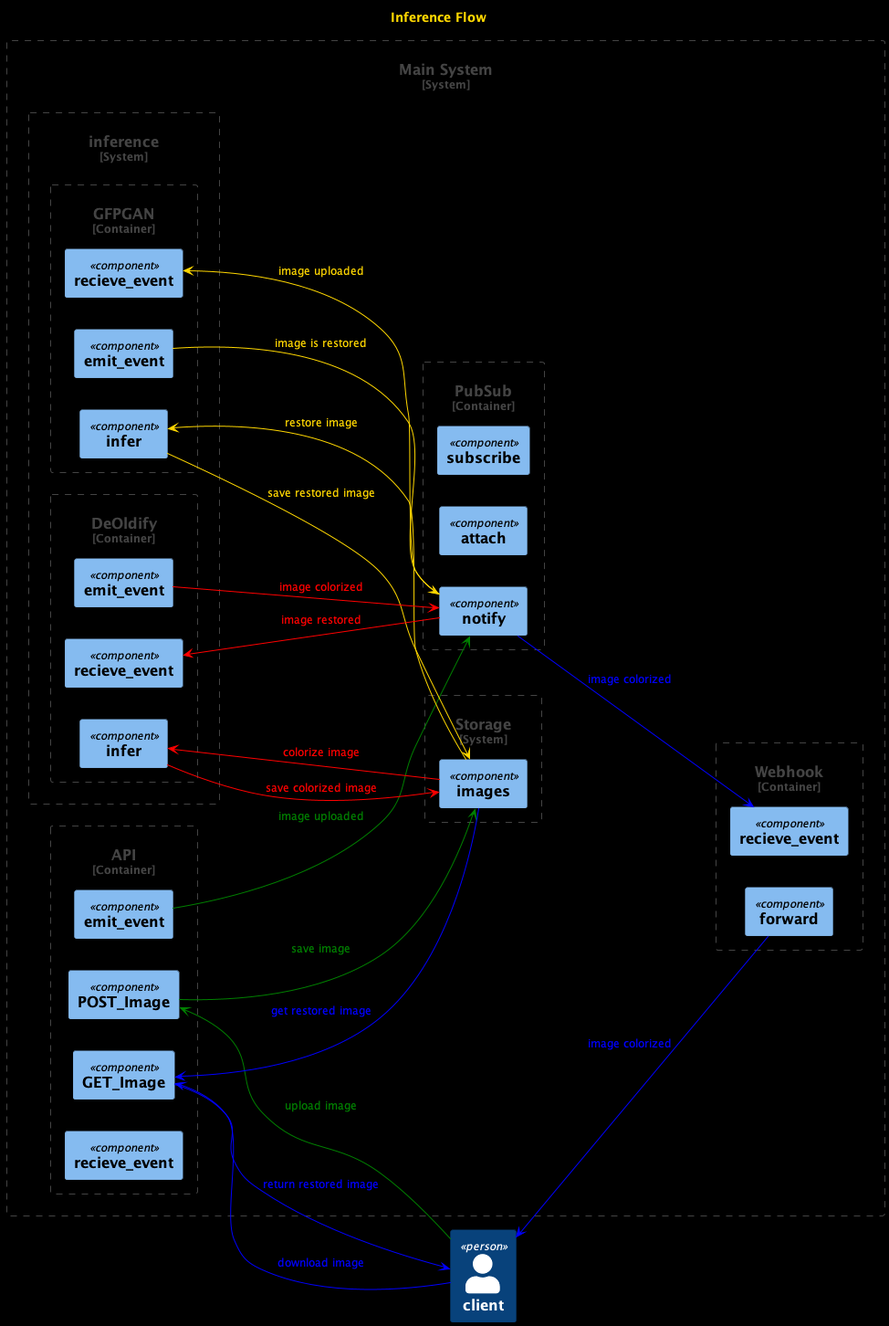
Before: planning/inference-flow.png, a diagram exported from PlantUML (maxamed1st/restoreai-py).
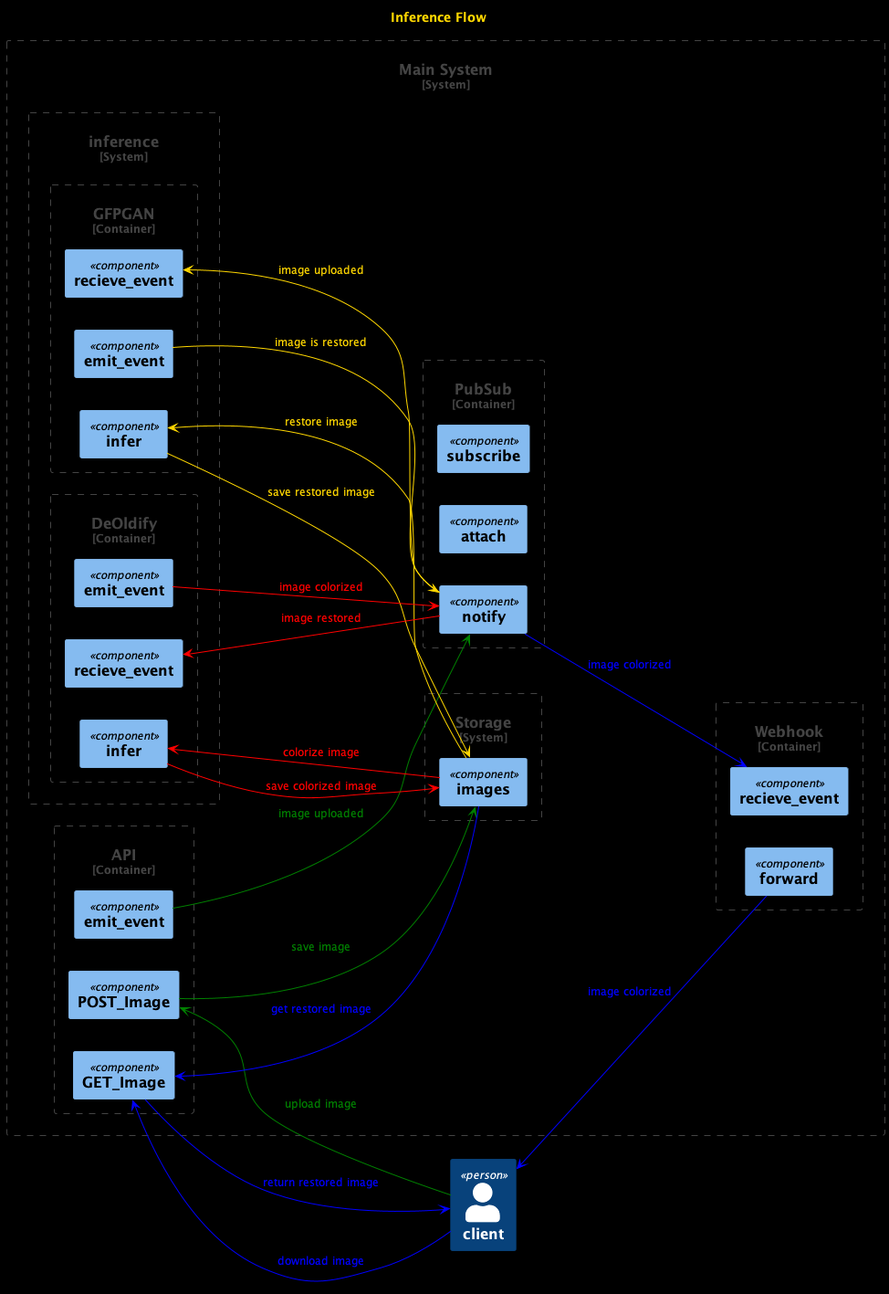
The same file after the commit.

Commit message:
planning/ remove redundant component

Change to the diagram source:
```diff
@@ -21,7 +21,6 @@
     Component(api.postImg, "POST_Image")
     Component(api.getImg, "GET_Image")
     Component(api.emit, "emit_event")
-    Component(api.recieve, "recieve_event")
   }
 
   Container_Boundary(pubsub, "PubSub") {
```
